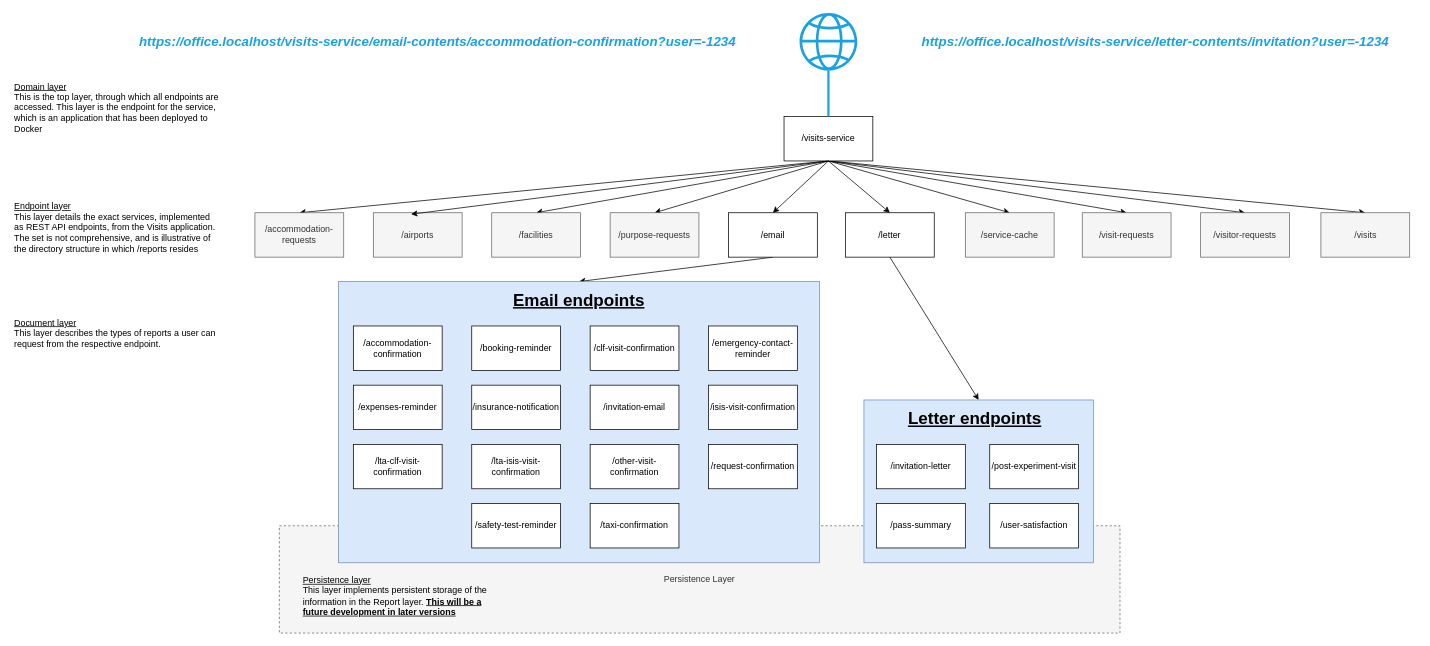
Earlier version of the draw.io diagram Service URL hierarchy.drawio (ambolt314/FinalProjectDesign). Source tidied: cells renumbered, new cells numbered last; positions are measured from the earlier drawing's top-left corner, leaving out a move shared by most shapes. Both pictures are drawn from the tidied source at 74%, with x=0, y=0 at pixel (13, 13).
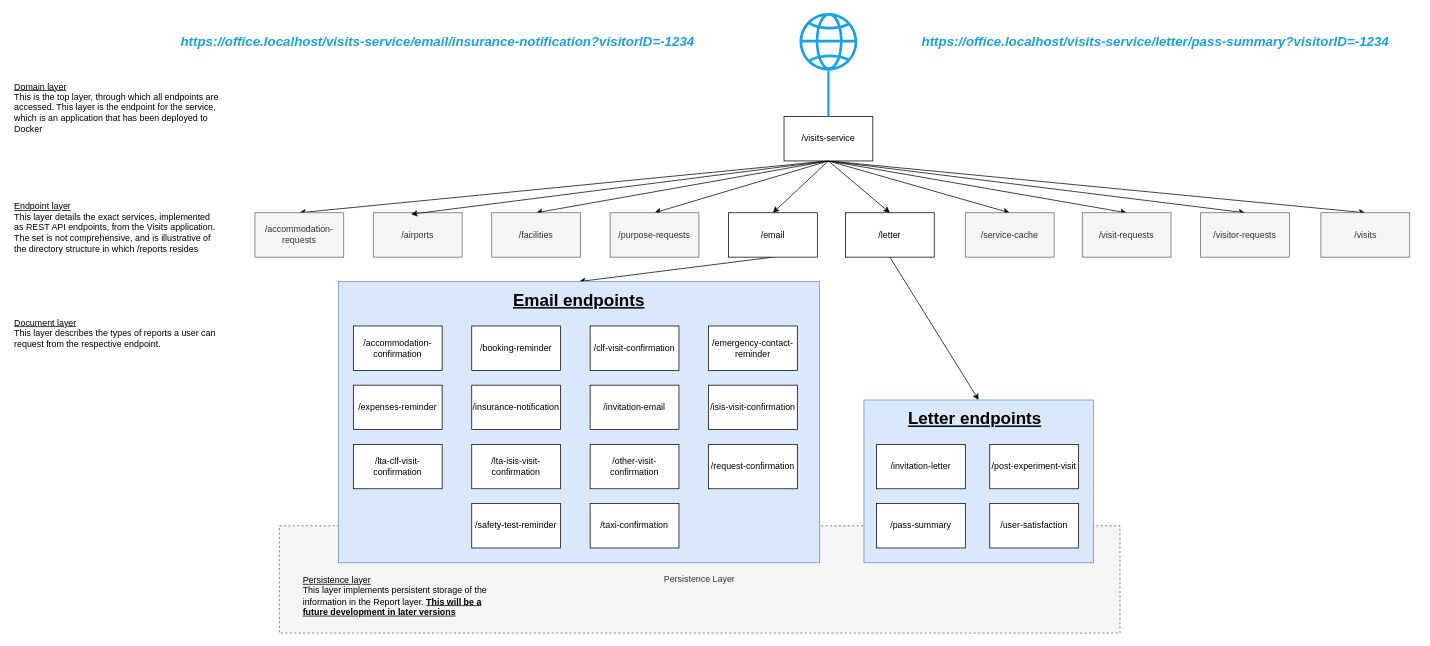
Above is the later version.

Commit message:
Corrected example URLs

The edit, as a diff of the source:
```diff
@@
-    <mxCell id="23" value="&lt;div align=&quot;center&quot;&gt;&lt;font color=&quot;#1ba1e2&quot;&gt;&lt;i&gt;&lt;font style=&quot;font-size: 18px;&quot;&gt;&lt;b&gt;https://office.localhost/visits-service/email-contents/accommodation-confirmation?user=-1234&lt;/b&gt;&lt;/font&gt;&lt;/i&gt;&lt;/font&gt;&lt;/div&gt;" style="text;html=1;align=center;verticalAlign=middle;whiteSpace=wrap;rounded=0;" parent="1" vertex="1">
+    <mxCell id="23" value="&lt;div align=&quot;center&quot;&gt;&lt;font color=&quot;#1ba1e2&quot;&gt;&lt;i&gt;&lt;font style=&quot;font-size: 18px;&quot;&gt;&lt;b&gt;https://office.localhost/visits-service/email/insurance-notification?visitorID=-1234&lt;/b&gt;&lt;/font&gt;&lt;/i&gt;&lt;/font&gt;&lt;/div&gt;" style="text;html=1;align=center;verticalAlign=middle;whiteSpace=wrap;rounded=0;" parent="1" vertex="1">
       <mxGeometry x="160" y="24" width="828" height="30" as="geometry" />
     </mxCell>
@@
-    <mxCell id="30" value="&lt;div align=&quot;center&quot;&gt;&lt;font color=&quot;#1ba1e2&quot;&gt;&lt;i&gt;&lt;font style=&quot;font-size: 18px;&quot;&gt;&lt;b&gt;https://office.localhost/visits-service/letter-contents/invitation?user=-1234&lt;/b&gt;&lt;/font&gt;&lt;/i&gt;&lt;/font&gt;&lt;/div&gt;" style="text;html=1;align=center;verticalAlign=middle;whiteSpace=wrap;rounded=0;" parent="1" vertex="1">
+    <mxCell id="30" value="&lt;div align=&quot;center&quot;&gt;&lt;font color=&quot;#1ba1e2&quot;&gt;&lt;i&gt;&lt;font style=&quot;font-size: 18px;&quot;&gt;&lt;b&gt;https://office.localhost/visits-service/letter/pass-summary?visitorID=-1234&lt;/b&gt;&lt;/font&gt;&lt;/i&gt;&lt;/font&gt;&lt;/div&gt;" style="text;html=1;align=center;verticalAlign=middle;whiteSpace=wrap;rounded=0;" parent="1" vertex="1">
       <mxGeometry x="1190" y="24" width="708" height="30" as="geometry" />
     </mxCell>
```
